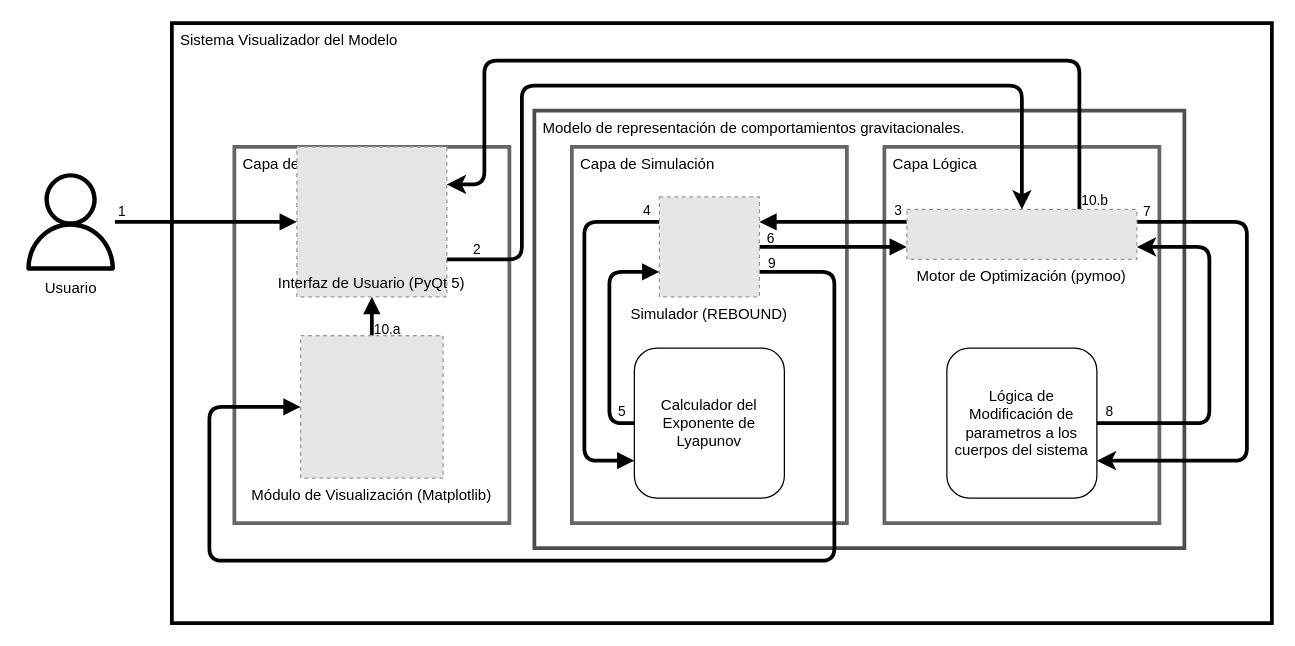
CARBAJE/ReporteTecnico keeps this draw.io diagram as page "Página-3" (3 of 4) of img/Diseño/Arquitectura.drawio. Above is the earlier version. Source tidied: cells renumbered, new cells numbered last; positions are measured from the earlier drawing's top-left corner, leaving out a move shared by most shapes. Both pictures are drawn from the tidied source at 125%, with x=0, y=0 at pixel (21, 22). Pictures stored in the file or linked from it are replaced by grey dashed boxes.
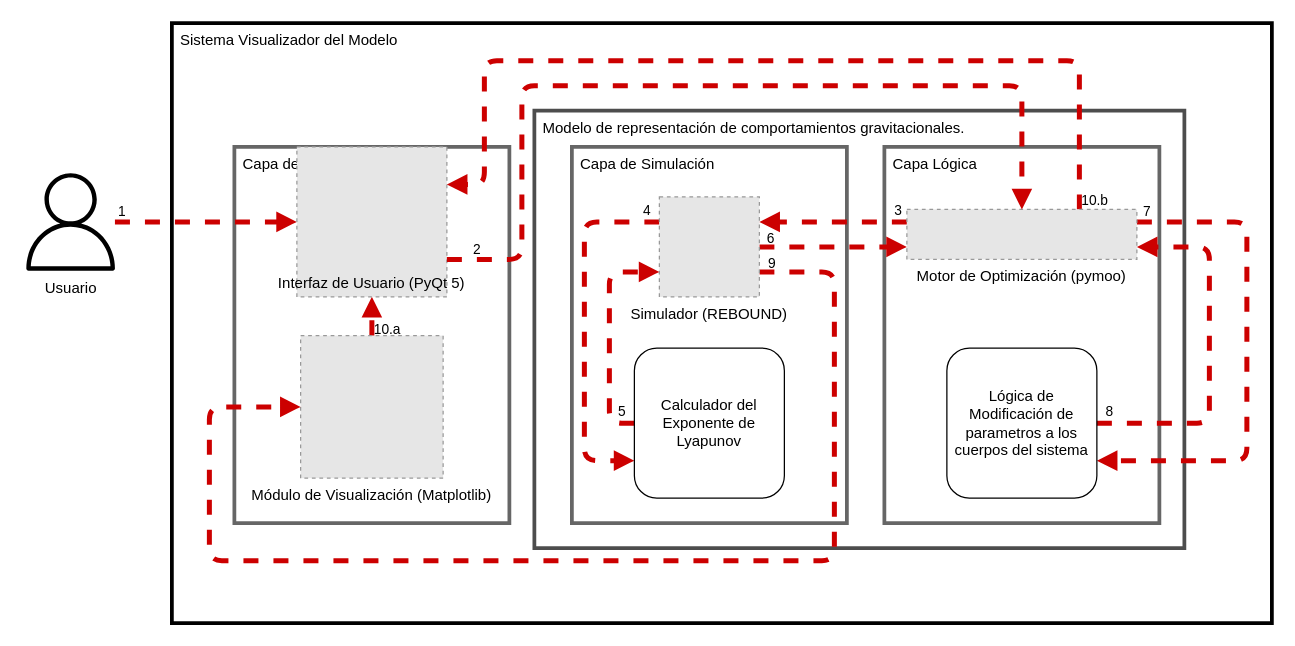
The same diagram, later.

The change refers to these unchanged cells:
```xml
<mxCell id="8" value="Usuario" style="sketch=0;outlineConnect=0;fontColor=#000000;gradientColor=none;fillColor=#000000;strokeColor=none;dashed=0;verticalLabelPosition=bottom;verticalAlign=top;align=center;html=1;fontSize=12;fontStyle=0;shape=mxgraph.aws4.user;labelBackgroundColor=none;" parent="1" vertex="1">
  <mxGeometry y="120" width="78" height="78" as="geometry" />
</mxCell>
<mxCell id="10" value="Módulo de Visualización (Matplotlib)" style="fillColor=#E6E6E6;strokeColor=#999999;dashed=1;verticalLabelPosition=bottom;labelBackgroundColor=none;verticalAlign=top;" parent="1" vertex="1">
  <mxGeometry x="223" y="250" width="114" height="114" as="geometry" />
</mxCell>
<mxCell id="11" value="Interfaz de Usuario (PyQt 5)" style="fillColor=#E6E6E6;strokeColor=#999999;dashed=1;verticalLabelPosition=bottom;labelBackgroundColor=none;verticalAlign=top;labelPosition=center;align=center;spacingTop=-25;" parent="1" vertex="1">
  <mxGeometry x="220" y="99" width="120" height="120" as="geometry" />
</mxCell>
<mxCell id="15" value="Simulador (REBOUND)" style="fillColor=#E6E6E6;strokeColor=#999999;dashed=1;verticalLabelPosition=bottom;labelBackgroundColor=none;verticalAlign=top;" parent="1" vertex="1">
  <mxGeometry x="510" y="139" width="80" height="80" as="geometry" />
</mxCell>
<mxCell id="19" value="Motor de Optimización (pymoo)" style="fillColor=#E6E6E6;strokeColor=#999999;dashed=1;verticalLabelPosition=bottom;labelBackgroundColor=none;verticalAlign=top;" parent="1" vertex="1">
  <mxGeometry x="708" y="149" width="184" height="40" as="geometry" />
</mxCell>
<mxCell id="21" value="Calculador del Exponente de Lyapunov" style="rounded=1;whiteSpace=wrap;html=1;gradientColor=none;labelBackgroundColor=none;fillColor=none;" parent="1" vertex="1">
  <mxGeometry x="490" y="260" width="120" height="120" as="geometry" />
</mxCell>
<mxCell id="23" value="Lógica de Modificación de parametros a los cuerpos del sistema" style="rounded=1;whiteSpace=wrap;html=1;gradientColor=none;labelBackgroundColor=none;fillColor=none;" parent="1" vertex="1">
  <mxGeometry x="740" y="260" width="120" height="120" as="geometry" />
</mxCell>
```

Diff of the diagram source:
```diff
@@
-    <mxCell id="7" value="1" style="edgeStyle=orthogonalEdgeStyle;rounded=1;jettySize=auto;html=1;strokeWidth=3;endArrow=block;endFill=1;curved=0;labelBackgroundColor=none;verticalAlign=bottom;" parent="1" edge="1" source="8" target="11">
+    <mxCell id="7" value="1" style="edgeStyle=orthogonalEdgeStyle;rounded=1;jettySize=auto;html=1;strokeWidth=4;endArrow=block;endFill=1;curved=0;labelBackgroundColor=none;verticalAlign=bottom;fillColor=#fa6800;strokeColor=#CC0000;dashed=1;flowAnimation=1;" parent="1" edge="1" source="8" target="11">
       <mxGeometry x="-0.92" y="-1" relative="1" as="geometry" />
     </mxCell>
@@
-    <mxCell id="9" value="10.a" style="edgeStyle=orthogonalEdgeStyle;rounded=1;jettySize=auto;html=1;entryX=0.5;entryY=1;entryDx=0;entryDy=0;strokeWidth=3;endArrow=block;endFill=1;curved=0;align=left;labelBackgroundColor=none;spacingBottom=-20;" parent="1" edge="1" source="10" target="11">
+    <mxCell id="9" value="10.a" style="edgeStyle=orthogonalEdgeStyle;rounded=1;jettySize=auto;html=1;entryX=0.5;entryY=1;entryDx=0;entryDy=0;strokeWidth=4;endArrow=block;endFill=1;curved=0;align=left;labelBackgroundColor=none;spacingBottom=-20;fillColor=#fa6800;strokeColor=#CC0000;dashed=1;flowAnimation=1;" parent="1" edge="1" source="10" target="11">
       <mxGeometry relative="1" as="geometry" />
     </mxCell>
@@
-    <mxCell id="12" value="4" style="edgeStyle=orthogonalEdgeStyle;rounded=1;jettySize=auto;html=1;entryX=0;entryY=0.75;entryDx=0;entryDy=0;curved=0;strokeWidth=3;endArrow=block;endFill=1;labelBackgroundColor=none;verticalAlign=bottom;exitX=0;exitY=0.25;exitDx=0;exitDy=0;" parent="1" edge="1" source="15" target="21">
+    <mxCell id="12" value="4" style="edgeStyle=orthogonalEdgeStyle;rounded=1;jettySize=auto;html=1;entryX=0;entryY=0.75;entryDx=0;entryDy=0;curved=0;strokeWidth=4;endArrow=block;endFill=1;labelBackgroundColor=none;verticalAlign=bottom;exitX=0;exitY=0.25;exitDx=0;exitDy=0;fillColor=#fa6800;strokeColor=#CC0000;dashed=1;flowAnimation=1;" parent="1" edge="1" source="15" target="21">
       <mxGeometry x="-0.93" relative="1" as="geometry">
         <Array as="points">
           <mxPoint x="450" y="159" />
           <mxPoint x="450" y="350" />
         </Array>
       </mxGeometry>
     </mxCell>
-    <mxCell id="13" value="6" style="edgeStyle=orthogonalEdgeStyle;rounded=1;jettySize=auto;html=1;entryX=0;entryY=0.75;entryDx=0;entryDy=0;strokeWidth=3;curved=0;labelBackgroundColor=none;verticalAlign=bottom;spacingTop=0;spacingBottom=-1;endArrow=block;endFill=1;" parent="1" edge="1" source="15" target="19">
+    <mxCell id="13" value="6" style="edgeStyle=orthogonalEdgeStyle;rounded=1;jettySize=auto;html=1;entryX=0;entryY=0.75;entryDx=0;entryDy=0;strokeWidth=4;curved=0;labelBackgroundColor=none;verticalAlign=bottom;spacingTop=0;spacingBottom=-1;endArrow=block;endFill=1;fillColor=#fa6800;strokeColor=#CC0000;dashed=1;flowAnimation=1;" parent="1" edge="1" source="15" target="19">
       <mxGeometry x="-0.84" y="-1" relative="1" as="geometry" />
     </mxCell>
-    <mxCell id="14" value="9" style="edgeStyle=orthogonalEdgeStyle;rounded=1;jettySize=auto;html=1;entryX=0;entryY=0.5;entryDx=0;entryDy=0;exitX=1;exitY=0.75;exitDx=0;exitDy=0;strokeWidth=3;endArrow=block;endFill=1;curved=0;labelBackgroundColor=none;verticalAlign=bottom;spacingBottom=-2;" parent="1" edge="1" source="15" target="10">
+    <mxCell id="14" value="9" style="edgeStyle=orthogonalEdgeStyle;rounded=1;jettySize=auto;html=1;entryX=0;entryY=0.5;entryDx=0;entryDy=0;exitX=1;exitY=0.75;exitDx=0;exitDy=0;strokeWidth=4;endArrow=block;endFill=1;curved=0;labelBackgroundColor=none;verticalAlign=bottom;spacingBottom=-2;fillColor=#fa6800;strokeColor=#CC0000;dashed=1;flowAnimation=1;" parent="1" edge="1" source="15" target="10">
       <mxGeometry x="-0.98" relative="1" as="geometry">
         <Array as="points">
           <mxPoint x="650" y="199" />
           <mxPoint x="650" y="430" />
           <mxPoint x="150" y="430" />
           <mxPoint x="150" y="307" />
         </Array>
       </mxGeometry>
     </mxCell>
@@
-    <mxCell id="16" value="3" style="edgeStyle=orthogonalEdgeStyle;rounded=1;jettySize=auto;html=1;entryX=1;entryY=0.25;entryDx=0;entryDy=0;exitX=0;exitY=0.25;exitDx=0;exitDy=0;curved=0;strokeWidth=3;endArrow=block;endFill=1;sourcePerimeterSpacing=0;targetPerimeterSpacing=0;flowAnimation=0;shadow=0;labelBackgroundColor=none;verticalAlign=bottom;" parent="1" edge="1" source="19" target="15">
+    <mxCell id="16" value="3" style="edgeStyle=orthogonalEdgeStyle;rounded=1;jettySize=auto;html=1;entryX=1;entryY=0.25;entryDx=0;entryDy=0;exitX=0;exitY=0.25;exitDx=0;exitDy=0;curved=0;strokeWidth=4;endArrow=block;endFill=1;sourcePerimeterSpacing=0;targetPerimeterSpacing=0;flowAnimation=1;shadow=0;labelBackgroundColor=none;verticalAlign=bottom;fillColor=#fa6800;strokeColor=#CC0000;dashed=1;" parent="1" edge="1" source="19" target="15">
       <mxGeometry x="-0.88" relative="1" as="geometry" />
     </mxCell>
-    <mxCell id="17" value="7" style="edgeStyle=orthogonalEdgeStyle;rounded=1;jettySize=auto;html=1;entryX=1;entryY=0.75;entryDx=0;entryDy=0;exitX=1;exitY=0.25;exitDx=0;exitDy=0;curved=0;strokeWidth=3;labelBackgroundColor=none;verticalAlign=bottom;" parent="1" edge="1" source="19" target="23">
+    <mxCell id="17" value="7" style="edgeStyle=orthogonalEdgeStyle;rounded=1;jettySize=auto;html=1;entryX=1;entryY=0.75;entryDx=0;entryDy=0;exitX=1;exitY=0.25;exitDx=0;exitDy=0;curved=0;strokeWidth=4;labelBackgroundColor=none;verticalAlign=bottom;fillColor=#fa6800;strokeColor=#CC0000;dashed=1;endArrow=block;endFill=1;flowAnimation=1;" parent="1" edge="1" source="19" target="23">
       <mxGeometry x="-0.96" y="-1" relative="1" as="geometry">
         <Array as="points">
           <mxPoint x="980" y="159" />
           <mxPoint x="980" y="350" />
         </Array>
       </mxGeometry>
     </mxCell>
-    <mxCell id="18" value="10.b" style="edgeStyle=orthogonalEdgeStyle;rounded=1;jettySize=auto;html=1;entryX=1;entryY=0.25;entryDx=0;entryDy=0;exitX=0.75;exitY=0;exitDx=0;exitDy=0;strokeWidth=3;curved=0;labelBackgroundColor=none;align=left;" parent="1" edge="1" source="19" target="11">
+    <mxCell id="18" value="10.b" style="edgeStyle=orthogonalEdgeStyle;rounded=1;jettySize=auto;html=1;entryX=1;entryY=0.25;entryDx=0;entryDy=0;exitX=0.75;exitY=0;exitDx=0;exitDy=0;strokeWidth=4;curved=0;labelBackgroundColor=none;align=left;fillColor=#fa6800;strokeColor=#CC0000;dashed=1;endArrow=block;endFill=1;flowAnimation=1;" parent="1" edge="1" source="19" target="11">
       <mxGeometry x="-0.98" relative="1" as="geometry">
         <Array as="points">
           <mxPoint x="846" y="30" />
           <mxPoint x="370" y="30" />
           <mxPoint x="370" y="129" />
         </Array>
       </mxGeometry>
     </mxCell>
@@
-    <mxCell id="20" value="5" style="edgeStyle=orthogonalEdgeStyle;rounded=1;jettySize=auto;html=1;entryX=0;entryY=0.75;entryDx=0;entryDy=0;strokeWidth=3;curved=0;endArrow=block;endFill=1;labelBackgroundColor=none;verticalAlign=bottom;" parent="1" edge="1" source="21" target="15">
+    <mxCell id="20" value="5" style="edgeStyle=orthogonalEdgeStyle;rounded=1;jettySize=auto;html=1;entryX=0;entryY=0.75;entryDx=0;entryDy=0;strokeWidth=4;curved=0;endArrow=block;endFill=1;labelBackgroundColor=none;verticalAlign=bottom;fillColor=#fa6800;strokeColor=#CC0000;dashed=1;flowAnimation=1;" parent="1" edge="1" source="21" target="15">
       <mxGeometry x="-0.89" relative="1" as="geometry">
         <Array as="points">
           <mxPoint x="470" y="320" />
           <mxPoint x="470" y="199" />
         </Array>
       </mxGeometry>
     </mxCell>
@@
-    <mxCell id="22" value="8" style="edgeStyle=orthogonalEdgeStyle;rounded=1;jettySize=auto;html=1;entryX=1;entryY=0.75;entryDx=0;entryDy=0;strokeWidth=3;curved=0;labelBackgroundColor=none;verticalAlign=bottom;" parent="1" edge="1" source="23" target="19">
+    <mxCell id="22" value="8" style="edgeStyle=orthogonalEdgeStyle;rounded=1;jettySize=auto;html=1;entryX=1;entryY=0.75;entryDx=0;entryDy=0;strokeWidth=4;curved=0;labelBackgroundColor=none;verticalAlign=bottom;fillColor=#fa6800;strokeColor=#CC0000;dashed=1;endArrow=block;endFill=1;flowAnimation=1;" parent="1" edge="1" source="23" target="19">
       <mxGeometry x="-0.93" relative="1" as="geometry">
         <Array as="points">
           <mxPoint x="950" y="320" />
           <mxPoint x="950" y="179" />
         </Array>
       </mxGeometry>
     </mxCell>
@@
-    <mxCell id="24" value="2" style="edgeStyle=orthogonalEdgeStyle;rounded=1;jettySize=auto;html=1;entryX=0.5;entryY=0;entryDx=0;entryDy=0;strokeWidth=3;curved=0;labelBackgroundColor=none;verticalAlign=bottom;exitX=1;exitY=0.75;exitDx=0;exitDy=0;" parent="1" edge="1" source="11" target="19">
+    <mxCell id="24" value="2" style="edgeStyle=orthogonalEdgeStyle;rounded=1;jettySize=auto;html=1;entryX=0.5;entryY=0;entryDx=0;entryDy=0;strokeWidth=4;curved=0;labelBackgroundColor=none;verticalAlign=bottom;exitX=1;exitY=0.75;exitDx=0;exitDy=0;fillColor=#fa6800;strokeColor=#CC0000;dashed=1;endArrow=block;endFill=1;flowAnimation=1;" parent="1" edge="1" source="11" target="19">
       <mxGeometry x="-0.93" y="-1" relative="1" as="geometry">
         <Array as="points">
           <mxPoint x="400" y="189" />
           <mxPoint x="400" y="50" />
           <mxPoint x="800" y="50" />
         </Array>
       </mxGeometry>
     </mxCell>
```
